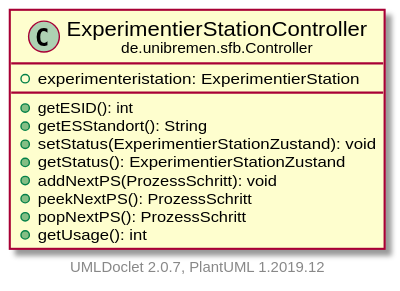
The PlantUML diagram doc/UML/modulsichtSVG/ExperimentierStationController.svg in fkehlenb/softwareprojekt-2, before a commit. Its diagram source:
```plantuml
@startuml
    set namespaceSeparator none
    hide empty fields
    hide empty methods

    class "<size:14>ExperimentierStationController\n<size:10>de.unibremen.sfb.Controller" as de.unibremen.sfb.Controller.ExperimentierStationController [[ExperimentierStationController.html]] {
        +experimenteristation: ExperimentierStation
        +getESID(): int
        +getESStandort(): String
        +setStatus(ExperimentierStationZustand): void
        +getStatus(): ExperimentierStationZustand
        +addNextPS(ProzessSchritt): void
        +peekNextPS(): ProzessSchritt
        +popNextPS(): ProzessSchritt
        +getUsage(): int
    }

    center footer UMLDoclet 2.0.7, PlantUML 1.2019.12
@enduml
```
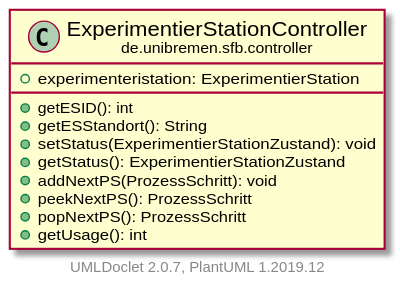
After the commit.

Diff of the diagram source:
```diff
@@ -3,7 +3,7 @@
     hide empty fields
     hide empty methods
 
-    class "<size:14>ExperimentierStationController\n<size:10>de.unibremen.sfb.Controller" as de.unibremen.sfb.Controller.ExperimentierStationController [[ExperimentierStationController.html]] {
+    class "<size:14>ExperimentierStationController\n<size:10>de.unibremen.sfb.controller" as de.unibremen.sfb.controller.ExperimentierStationController [[ExperimentierStationController.html]] {
         +experimenteristation: ExperimentierStation
         +getESID(): int
         +getESStandort(): String
```
